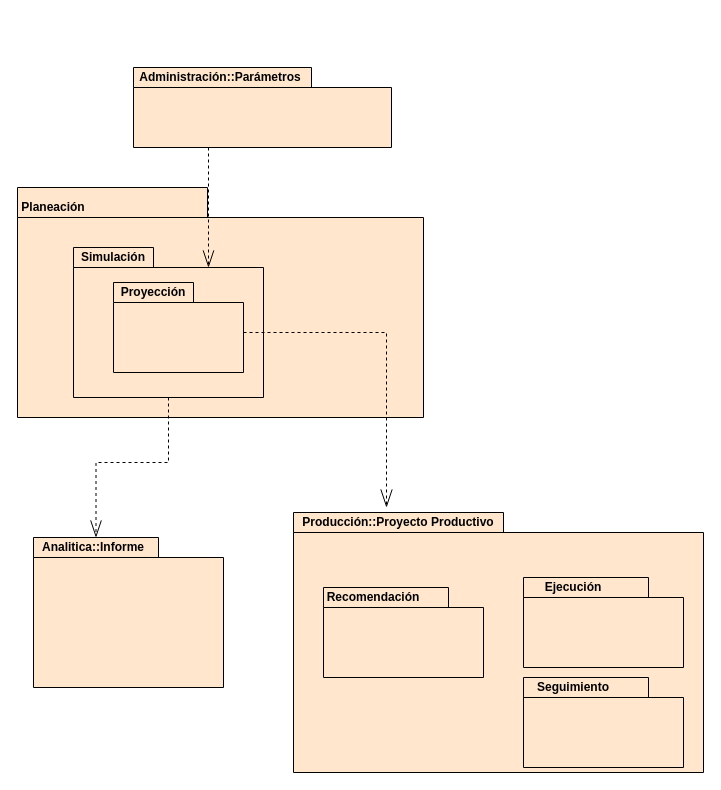
This is EverGreen/Lab-I/DiagramaPaquetes.drawio from Sebassllr/Enfasis-III, a draw.io file, before an edit. Source tidied: cells renumbered, new cells numbered last; positions are measured from the earlier drawing's top-left corner, leaving out a move shared by most shapes. Both pictures are drawn from the tidied source at 100%, with x=0, y=0 at pixel (17, 67).
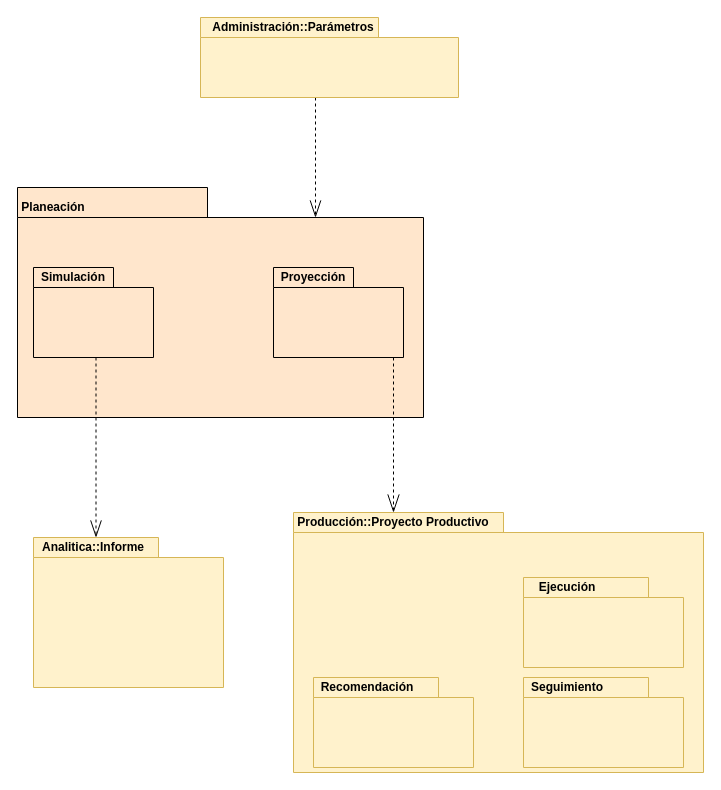
The same page after the edit.

Commit message:
Improve Diagram

The change refers to these unchanged cells:
```xml
<mxCell id="3" style="shape=folder;fontStyle=1;spacingTop=10;tabWidth=190;tabHeight=30;tabPosition=left;html=1;align=left;fillColor=#ffe6cc;" parent="1" vertex="1">
  <mxGeometry y="120" width="406" height="230" as="geometry" />
</mxCell>
```

What changed in the source:
```diff
@@
-    <mxCell id="2" style="shape=folder;fontStyle=1;spacingTop=10;tabWidth=210;tabHeight=20;tabPosition=left;html=1;align=left;fillColor=#ffe6cc;" parent="1" vertex="1">
+    <mxCell id="2" style="shape=folder;fontStyle=1;spacingTop=10;tabWidth=210;tabHeight=20;tabPosition=left;html=1;align=left;fillColor=#fff2cc;strokeColor=#d6b656;" parent="1" vertex="1">
       <mxGeometry x="276" y="445" width="410" height="260" as="geometry" />
     </mxCell>
@@
     <mxCell id="5" style="edgeStyle=orthogonalEdgeStyle;rounded=0;jettySize=auto;html=1;entryX=0;entryY=0;entryDx=62.5;entryDy=0;entryPerimeter=0;endArrow=openThin;endFill=0;dashed=1;strokeWidth=1;endSize=15;" parent="1" edge="1" source="6" target="13">
-      <mxGeometry relative="1" as="geometry" />
+      <mxGeometry relative="1" as="geometry">
+        <Array as="points">
+          <mxPoint x="79" y="375" />
+        </Array>
+      </mxGeometry>
     </mxCell>
     <mxCell id="6" style="shape=folder;fontStyle=1;spacingTop=10;tabWidth=80;tabHeight=20;tabPosition=left;html=1;align=left;fillColor=#ffe6cc;" parent="1" vertex="1">
-      <mxGeometry x="56" y="180" width="190" height="150" as="geometry" />
+      <mxGeometry x="16" y="200" width="120" height="90" as="geometry" />
     </mxCell>
     <mxCell id="7" value="&lt;b&gt;Simulación&lt;/b&gt;" style="text;html=1;strokeColor=none;fillColor=none;align=center;verticalAlign=middle;whiteSpace=wrap;rounded=0;" parent="1" vertex="1">
-      <mxGeometry x="76" y="180" width="40" height="20" as="geometry" />
+      <mxGeometry x="36" y="200" width="40" height="20" as="geometry" />
     </mxCell>
-    <mxCell id="8" style="edgeStyle=orthogonalEdgeStyle;rounded=0;jettySize=auto;html=1;dashed=1;endArrow=openThin;endFill=0;endSize=16;strokeWidth=1;" parent="1" edge="1" source="9" target="15">
+    <mxCell id="8" style="edgeStyle=orthogonalEdgeStyle;rounded=0;jettySize=auto;html=1;dashed=1;endArrow=openThin;endFill=0;endSize=16;strokeWidth=1;entryX=0.5;entryY=0;entryDx=0;entryDy=0;" parent="1" edge="1" source="9" target="15">
       <mxGeometry relative="1" as="geometry">
         <Array as="points">
-          <mxPoint x="369" y="265" />
+          <mxPoint x="376" y="360" />
+          <mxPoint x="376" y="360" />
         </Array>
       </mxGeometry>
     </mxCell>
     <mxCell id="9" style="shape=folder;fontStyle=1;spacingTop=10;tabWidth=80;tabHeight=20;tabPosition=left;html=1;align=left;fillColor=#ffe6cc;" parent="1" vertex="1">
-      <mxGeometry x="96" y="215" width="130" height="90" as="geometry" />
+      <mxGeometry x="256" y="200" width="130" height="90" as="geometry" />
     </mxCell>
     <mxCell id="10" value="&lt;b&gt;Proyección&lt;/b&gt;" style="text;html=1;strokeColor=none;fillColor=none;align=center;verticalAlign=middle;whiteSpace=wrap;rounded=0;" parent="1" vertex="1">
-      <mxGeometry x="116" y="215" width="40" height="20" as="geometry" />
+      <mxGeometry x="276" y="200" width="40" height="20" as="geometry" />
     </mxCell>
-    <mxCell id="11" style="shape=folder;fontStyle=1;spacingTop=10;tabWidth=125;tabHeight=20;tabPosition=left;html=1;align=left;fillColor=#ffe6cc;" parent="1" vertex="1">
-      <mxGeometry x="306" y="520" width="160" height="90" as="geometry" />
+    <mxCell id="11" style="shape=folder;fontStyle=1;spacingTop=10;tabWidth=125;tabHeight=20;tabPosition=left;html=1;align=left;fillColor=#fff2cc;strokeColor=#d6b656;" parent="1" vertex="1">
+      <mxGeometry x="296" y="610" width="160" height="90" as="geometry" />
     </mxCell>
-    <mxCell id="12" value="&lt;b&gt;Recomendación&lt;/b&gt;" style="text;html=1;strokeColor=none;fillColor=none;align=center;verticalAlign=middle;whiteSpace=wrap;rounded=0;" parent="1" vertex="1">
-      <mxGeometry x="336" y="520" width="40" height="20" as="geometry" />
-    </mxCell>
-    <mxCell id="13" style="shape=folder;fontStyle=1;spacingTop=10;tabWidth=125;tabHeight=20;tabPosition=left;html=1;align=left;fillColor=#ffe6cc;" parent="1" vertex="1">
+    <mxCell id="13" style="shape=folder;fontStyle=1;spacingTop=10;tabWidth=125;tabHeight=20;tabPosition=left;html=1;align=left;fillColor=#fff2cc;strokeColor=#d6b656;" parent="1" vertex="1">
       <mxGeometry x="16" y="470" width="190" height="150" as="geometry" />
     </mxCell>
@@
-    <mxCell id="15" value="&lt;b&gt;Producción::Proyecto Productivo&lt;/b&gt;" style="text;html=1;strokeColor=none;fillColor=none;align=center;verticalAlign=middle;whiteSpace=wrap;rounded=0;" parent="1" vertex="1">
-      <mxGeometry x="256" y="440" width="250" height="30" as="geometry" />
-    </mxCell>
-    <mxCell id="16" style="shape=folder;fontStyle=1;spacingTop=10;tabWidth=125;tabHeight=20;tabPosition=left;html=1;align=left;fillColor=#ffe6cc;" parent="1" vertex="1">
+    <mxCell id="16" style="shape=folder;fontStyle=1;spacingTop=10;tabWidth=125;tabHeight=20;tabPosition=left;html=1;align=left;fillColor=#fff2cc;strokeColor=#d6b656;" parent="1" vertex="1">
       <mxGeometry x="506" y="510" width="160" height="90" as="geometry" />
     </mxCell>
-    <mxCell id="17" value="&lt;b&gt;Ejecución&lt;/b&gt;" style="text;html=1;strokeColor=none;fillColor=none;align=center;verticalAlign=middle;whiteSpace=wrap;rounded=0;" parent="1" vertex="1">
-      <mxGeometry x="536" y="510" width="40" height="20" as="geometry" />
-    </mxCell>
-    <mxCell id="18" style="shape=folder;fontStyle=1;spacingTop=10;tabWidth=125;tabHeight=20;tabPosition=left;html=1;align=left;fillColor=#ffe6cc;" parent="1" vertex="1">
+    <mxCell id="18" style="shape=folder;fontStyle=1;spacingTop=10;tabWidth=125;tabHeight=20;tabPosition=left;html=1;align=left;fillColor=#fff2cc;strokeColor=#d6b656;" parent="1" vertex="1">
       <mxGeometry x="506" y="610" width="160" height="90" as="geometry" />
     </mxCell>
-    <mxCell id="19" value="&lt;b&gt;Seguimiento&lt;/b&gt;" style="text;html=1;strokeColor=none;fillColor=none;align=center;verticalAlign=middle;whiteSpace=wrap;rounded=0;" parent="1" vertex="1">
-      <mxGeometry x="536" y="610" width="40" height="20" as="geometry" />
-    </mxCell>
-    <mxCell id="20" style="edgeStyle=orthogonalEdgeStyle;rounded=0;jettySize=auto;html=1;dashed=1;endArrow=openThin;endFill=0;endSize=15;strokeWidth=1;entryX=0;entryY=0;entryDx=135;entryDy=20;entryPerimeter=0;" parent="1" edge="1" source="21" target="6">
+    <mxCell id="20" style="edgeStyle=orthogonalEdgeStyle;rounded=0;jettySize=auto;html=1;dashed=1;endArrow=openThin;endFill=0;endSize=15;strokeWidth=1;entryX=0;entryY=0;entryDx=298;entryDy=30;entryPerimeter=0;" parent="1" edge="1" source="21" target="3">
       <mxGeometry relative="1" as="geometry">
         <Array as="points">
-          <mxPoint x="191" y="90" />
-          <mxPoint x="191" y="90" />
+          <mxPoint x="298" y="90" />
+          <mxPoint x="298" y="90" />
         </Array>
       </mxGeometry>
     </mxCell>
-    <mxCell id="21" style="shape=folder;fontStyle=1;spacingTop=10;tabWidth=178;tabHeight=20;tabPosition=left;html=1;align=left;fillColor=#ffe6cc;" parent="1" vertex="1">
-      <mxGeometry x="116" width="258" height="80" as="geometry" />
+    <mxCell id="21" style="shape=folder;fontStyle=1;spacingTop=10;tabWidth=178;tabHeight=20;tabPosition=left;html=1;align=left;fillColor=#fff2cc;strokeColor=#d6b656;" parent="1" vertex="1">
+      <mxGeometry x="183" y="-50" width="258" height="80" as="geometry" />
     </mxCell>
     <mxCell id="22" value="&lt;b&gt;Administración::Parámetros&lt;/b&gt;" style="text;html=1;strokeColor=none;fillColor=none;align=center;verticalAlign=middle;whiteSpace=wrap;rounded=0;" parent="1" vertex="1">
-      <mxGeometry x="183" width="40" height="20" as="geometry" />
+      <mxGeometry x="256" y="-50" width="40" height="20" as="geometry" />
     </mxCell>
+    <mxCell id="15" value="&lt;b style=&quot;font-family: &amp;#34;helvetica&amp;#34;&quot;&gt;Producción::Proyecto Productivo&lt;/b&gt;" style="text;html=1;strokeColor=none;fillColor=none;align=center;verticalAlign=middle;whiteSpace=wrap;rounded=0;" parent="1" vertex="1">
+      <mxGeometry x="276" y="445" width="200" height="20" as="geometry" />
+    </mxCell>
+    <mxCell id="12" value="&lt;b style=&quot;font-family: &amp;#34;helvetica&amp;#34;&quot;&gt;Recomendación&lt;/b&gt;" style="text;html=1;strokeColor=none;fillColor=none;align=center;verticalAlign=middle;whiteSpace=wrap;rounded=0;" parent="1" vertex="1">
+      <mxGeometry x="250" y="610" width="200" height="20" as="geometry" />
+    </mxCell>
+    <mxCell id="17" value="&lt;b style=&quot;font-family: &amp;#34;helvetica&amp;#34;&quot;&gt;Ejecución&lt;/b&gt;" style="text;html=1;strokeColor=none;fillColor=none;align=center;verticalAlign=middle;whiteSpace=wrap;rounded=0;" parent="1" vertex="1">
+      <mxGeometry x="450" y="510" width="200" height="20" as="geometry" />
+    </mxCell>
+    <mxCell id="19" value="&lt;b style=&quot;font-family: &amp;#34;helvetica&amp;#34;&quot;&gt;Seguimiento&lt;/b&gt;" style="text;html=1;strokeColor=none;fillColor=none;align=center;verticalAlign=middle;whiteSpace=wrap;rounded=0;" parent="1" vertex="1">
+      <mxGeometry x="450" y="610" width="200" height="20" as="geometry" />
+    </mxCell>
```
